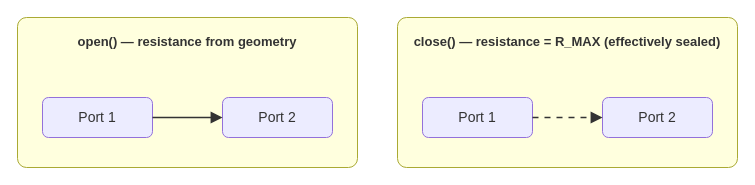
Above: docs/_static/diagrams/topology/switchable_edge.drawio in automatedchemistry/chemunited-docs (draw.io), before the change. Source tidied: cells renumbered, new cells numbered last; positions are measured from the earlier drawing's top-left corner, leaving out a move shared by most shapes. Both pictures are drawn from the tidied source at 100%, with x=0, y=0 at pixel (17, 17).
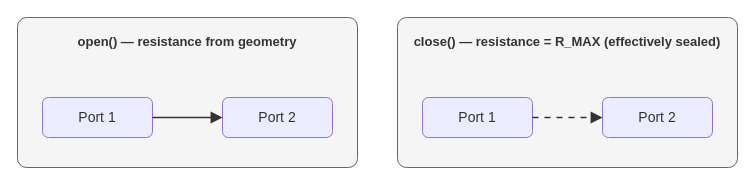
The same diagram, later.

Commit message (it also covers changes not shown here):
improve the description of the components topology features

Change to the diagram source:
```diff
@@
 <mxGraphModel>
   <root>
     <mxCell id="0" />
     <mxCell id="1" parent="0" />
-    <mxCell id="2" value="open() — resistance from geometry" style="rounded=1;arcSize=6;whiteSpace=wrap;html=1;fillColor=#ffffde;strokeColor=#aaaa33;verticalAlign=top;align=center;spacingTop=10;fontFamily=Trebuchet MS;fontSize=13;fontStyle=1;fontColor=#333333;" parent="1" vertex="1">
+    <mxCell id="2" value="open() — resistance from geometry" style="rounded=1;arcSize=6;whiteSpace=wrap;html=1;fillColor=#f5f5f5;strokeColor=#666666;verticalAlign=top;align=center;spacingTop=10;fontFamily=Trebuchet MS;fontSize=13;fontStyle=1;fontColor=#333333;" parent="1" vertex="1">
       <mxGeometry width="340" height="150" as="geometry" />
     </mxCell>
     <mxCell id="3" value="Port 1" style="rounded=1;arcSize=15;whiteSpace=wrap;html=1;fillColor=#ECECFF;strokeColor=#9370DB;fontFamily=Trebuchet MS;fontSize=14;fontColor=#333333;" parent="1" vertex="1">
       <mxGeometry x="25" y="80" width="110" height="40" as="geometry" />
     </mxCell>
     <mxCell id="4" value="Port 2" style="rounded=1;arcSize=15;whiteSpace=wrap;html=1;fillColor=#ECECFF;strokeColor=#9370DB;fontFamily=Trebuchet MS;fontSize=14;fontColor=#333333;" parent="1" vertex="1">
       <mxGeometry x="205" y="80" width="110" height="40" as="geometry" />
     </mxCell>
     <mxCell id="5" style="edgeStyle=none;html=1;strokeColor=#333333;strokeWidth=1.5;endArrow=block;endFill=1;endSize=8;" parent="1" edge="1" source="3" target="4">
       <mxGeometry relative="1" as="geometry" />
     </mxCell>
-    <mxCell id="6" value="close() — resistance = R_MAX (effectively sealed)" style="rounded=1;arcSize=6;whiteSpace=wrap;html=1;fillColor=#ffffde;strokeColor=#aaaa33;verticalAlign=top;align=center;spacingTop=10;fontFamily=Trebuchet MS;fontSize=13;fontStyle=1;fontColor=#333333;" parent="1" vertex="1">
+    <mxCell id="6" value="close() — resistance = R_MAX (effectively sealed)" style="rounded=1;arcSize=6;whiteSpace=wrap;html=1;fillColor=#f5f5f5;strokeColor=#666666;verticalAlign=top;align=center;spacingTop=10;fontFamily=Trebuchet MS;fontSize=13;fontStyle=1;fontColor=#333333;" parent="1" vertex="1">
       <mxGeometry x="380" width="340" height="150" as="geometry" />
     </mxCell>
     <mxCell id="7" value="Port 1" style="rounded=1;arcSize=15;whiteSpace=wrap;html=1;fillColor=#ECECFF;strokeColor=#9370DB;fontFamily=Trebuchet MS;fontSize=14;fontColor=#333333;" parent="1" vertex="1">
       <mxGeometry x="405" y="80" width="110" height="40" as="geometry" />
     </mxCell>
     <mxCell id="8" value="Port 2" style="rounded=1;arcSize=15;whiteSpace=wrap;html=1;fillColor=#ECECFF;strokeColor=#9370DB;fontFamily=Trebuchet MS;fontSize=14;fontColor=#333333;" parent="1" vertex="1">
       <mxGeometry x="585" y="80" width="110" height="40" as="geometry" />
     </mxCell>
     <mxCell id="9" style="edgeStyle=none;html=1;strokeColor=#333333;strokeWidth=1.5;dashed=1;dashPattern=4 4;endArrow=block;endFill=1;endSize=8;" parent="1" edge="1" source="7" target="8">
       <mxGeometry relative="1" as="geometry" />
     </mxCell>
   </root>
 </mxGraphModel>
```
